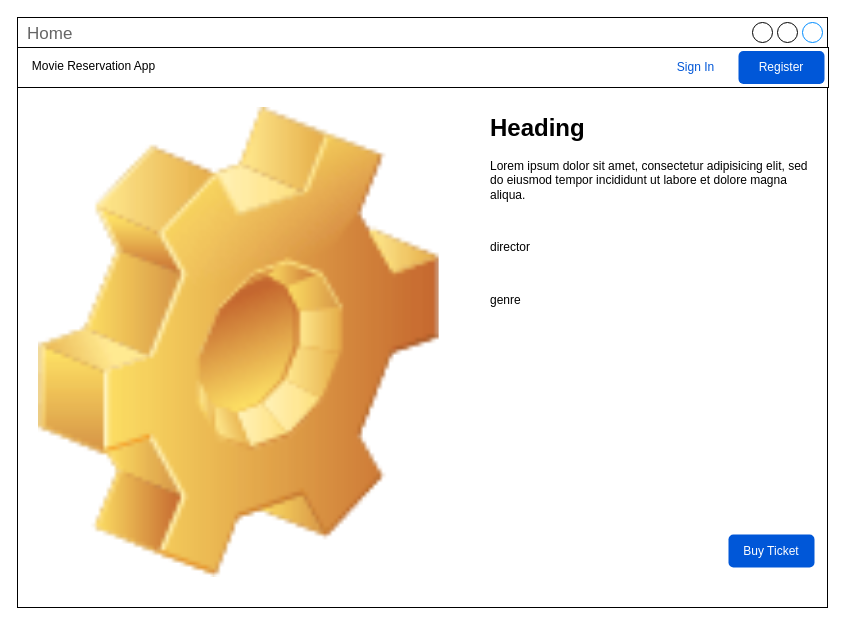
jdelreyes/movie-reservation-angular keeps this draw.io diagram as page "movie-details" (2 of 4) of docs/wireframe.drawio. Above is the earlier version. Source tidied: cells renumbered, new cells numbered last; positions are measured from the earlier drawing's top-left corner, leaving out a move shared by most shapes. Both pictures are drawn from the tidied source at 100%, with x=0, y=0 at pixel (17, 17).
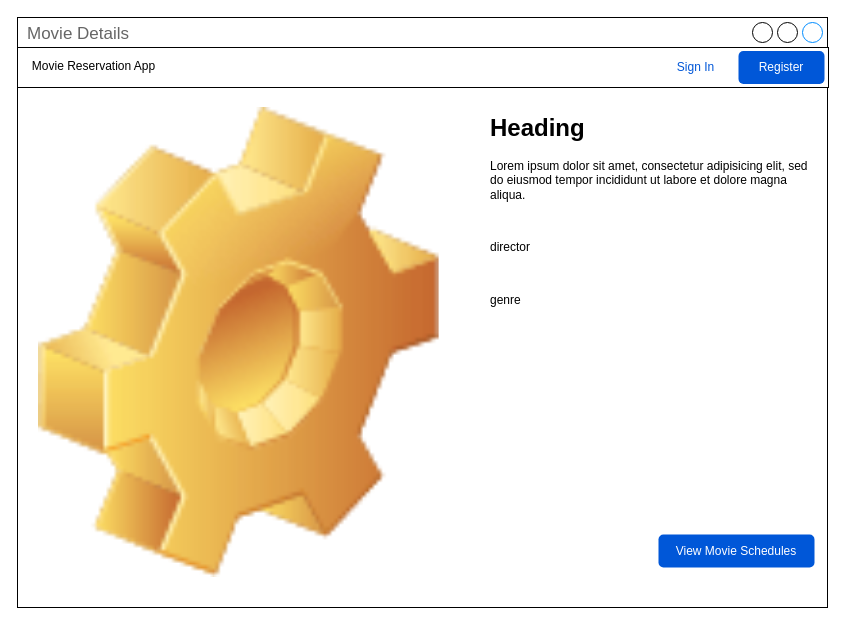
Above is the later version.

The edit, as a diff of the source:
```diff
@@
 <mxGraphModel>
   <root>
     <mxCell id="0" />
     <mxCell id="1" parent="0" />
-    <mxCell id="2" value="Home" style="strokeWidth=1;shadow=0;dashed=0;align=center;html=1;shape=mxgraph.mockup.containers.window;align=left;verticalAlign=top;spacingLeft=8;strokeColor2=#008cff;strokeColor3=#c4c4c4;fontColor=#666666;mainText=;fontSize=17;labelBackgroundColor=none;whiteSpace=wrap;" parent="1" vertex="1">
+    <mxCell id="2" value="Movie Details" style="strokeWidth=1;shadow=0;dashed=0;align=center;html=1;shape=mxgraph.mockup.containers.window;align=left;verticalAlign=top;spacingLeft=8;strokeColor2=#008cff;strokeColor3=#c4c4c4;fontColor=#666666;mainText=;fontSize=17;labelBackgroundColor=none;whiteSpace=wrap;" parent="1" vertex="1">
       <mxGeometry width="810" height="590" as="geometry" />
     </mxCell>
     <mxCell id="3" style="rounded=0;whiteSpace=wrap;html=1;" parent="1" vertex="1">
       <mxGeometry y="30" width="811" height="40" as="geometry" />
     </mxCell>
     <mxCell id="4" value="Register" style="rounded=1;fillColor=#0057D8;strokeColor=none;html=1;whiteSpace=wrap;fontColor=#ffffff;align=center;verticalAlign=middle;fontStyle=0;fontSize=12;sketch=0;" parent="1" vertex="1">
       <mxGeometry x="721" y="33.5" width="86" height="33" as="geometry" />
     </mxCell>
     <mxCell id="5" value="Sign In" style="fillColor=none;strokeColor=none;html=1;fontColor=#0057D8;align=center;verticalAlign=middle;fontStyle=0;fontSize=12;" parent="1" vertex="1">
       <mxGeometry x="635" y="33.5" width="86" height="33" as="geometry" />
     </mxCell>
     <mxCell id="6" value="Movie Reservation App" style="text;html=1;align=center;verticalAlign=middle;whiteSpace=wrap;rounded=0;" parent="1" vertex="1">
       <mxGeometry x="11" y="33.5" width="131" height="30" as="geometry" />
     </mxCell>
     <mxCell id="7" style="shape=image;html=1;verticalLabelPosition=bottom;verticalAlign=top;imageAspect=1;image=img/clipart/Gear_128x128.png;" parent="1" vertex="1">
       <mxGeometry x="21" y="90" width="400.6" height="470" as="geometry" />
     </mxCell>
     <mxCell id="8" value="&lt;h1 style=&quot;margin-top: 0px;&quot;&gt;Heading&lt;/h1&gt;&lt;p&gt;Lorem ipsum dolor sit amet, consectetur adipisicing elit, sed do eiusmod tempor incididunt ut labore et dolore magna aliqua.&lt;/p&gt;&lt;p&gt;&lt;br&gt;&lt;/p&gt;&lt;p&gt;director&lt;/p&gt;&lt;p&gt;&lt;br&gt;&lt;/p&gt;&lt;p&gt;genre&lt;/p&gt;&lt;p&gt;&lt;br&gt;&lt;/p&gt;&lt;p&gt;&lt;br&gt;&lt;/p&gt;" style="text;html=1;whiteSpace=wrap;overflow=hidden;rounded=0;" parent="1" vertex="1">
       <mxGeometry x="471" y="90" width="330" height="460" as="geometry" />
     </mxCell>
-    <mxCell id="9" value="Buy Ticket" style="rounded=1;fillColor=#0057D8;strokeColor=none;html=1;whiteSpace=wrap;fontColor=#ffffff;align=center;verticalAlign=middle;fontStyle=0;fontSize=12;sketch=0;" parent="1" vertex="1">
-      <mxGeometry x="711" y="517" width="86" height="33" as="geometry" />
+    <mxCell id="9" value="View Movie Schedules" style="rounded=1;fillColor=#0057D8;strokeColor=none;html=1;whiteSpace=wrap;fontColor=#ffffff;align=center;verticalAlign=middle;fontStyle=0;fontSize=12;sketch=0;" parent="1" vertex="1">
+      <mxGeometry x="641" y="517" width="156" height="33" as="geometry" />
     </mxCell>
   </root>
 </mxGraphModel>
```
